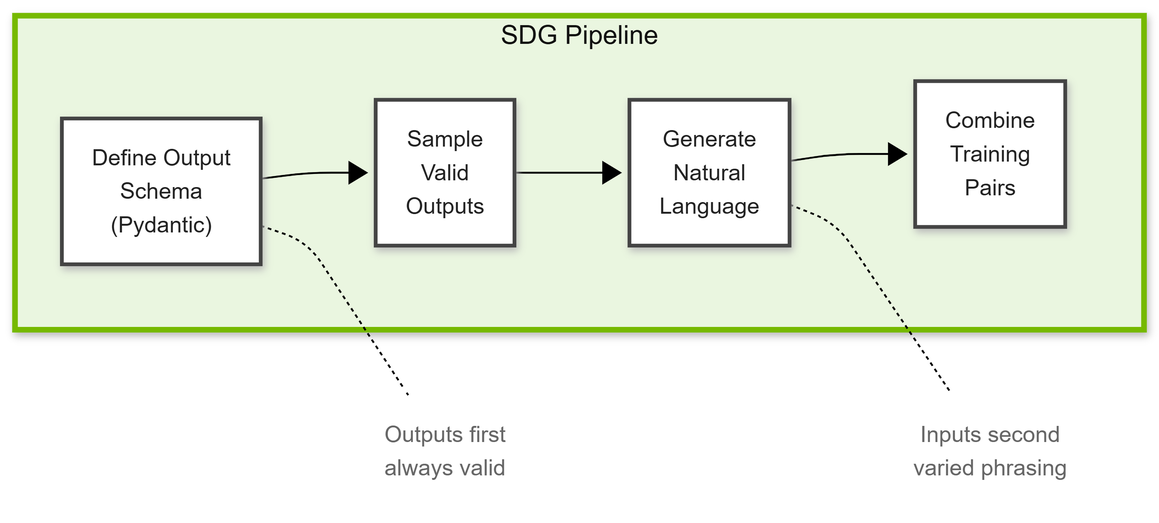
The Mermaid diagram .devx/4-agent-customization/img/sdg_pipeline.png in brevdev/workshop-build-an-agent, before a commit. Its source is kept beside it as .devx/4-agent-customization/img/sdg_pipeline.mmd.
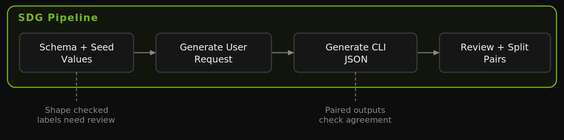
Above is the later version.

What changed in the source:
```diff
@@ -11,11 +11,10 @@
 
     subgraph sdg[SDG Pipeline]
         direction LR
-        schema[Define Output<br />Schema<br />#40;Pydantic#41;] --> sample[Sample<br />Valid<br />Outputs] --> generate[Generate<br />Natural<br />Language] --> combine[Combine<br />Training<br />Pairs]
+        schema[Schema + Seed Values] --> sample[Generate User Request] --> generate[Generate CLI JSON] --> combine[Review + Split Pairs]
     end
-
-    schema -.- schema_label[Outputs first<br />always valid]
-    generate -.- generate_label[Inputs second<br />varied phrasing]
+    schema -.- schema_label[Shape checked]
+    generate -.- generate_label[Check request/label agreement]
 
     classDef node fill:#fff,stroke:#444,stroke-width:2px,color:#222;
     classDef cluster fill:#eaf6e0,stroke:#76b900,stroke-width:3px,color:#111,rounded corners,shadow;
```
